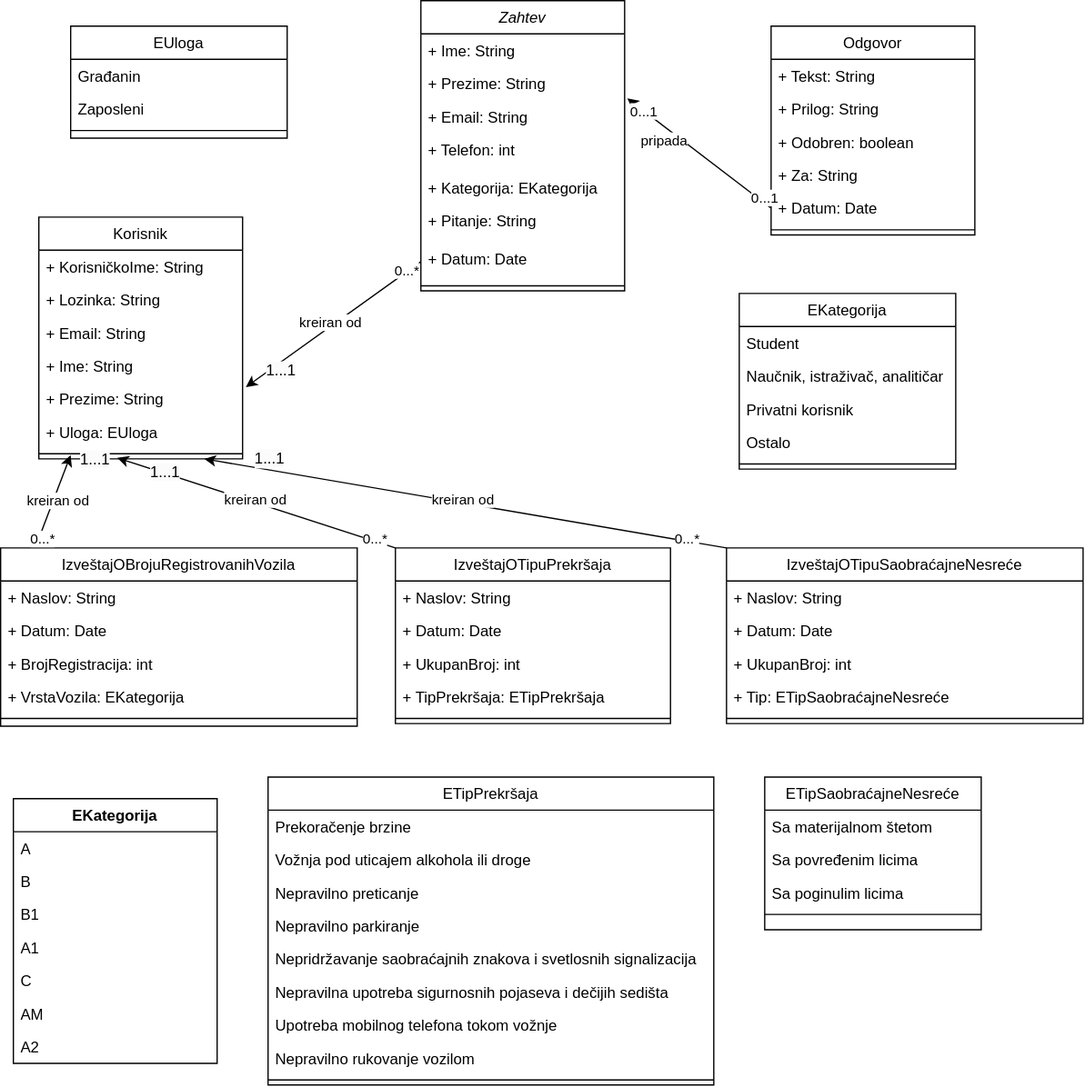
The draw.io diagram Diagrams/ZavodZaStatistiku_ClassDiagram.svg in anna02272/EGovernment, before a commit. Source tidied: cells renumbered, new cells last; positions are measured from the earlier drawing's top-left corner, leaving out a move shared by most shapes.
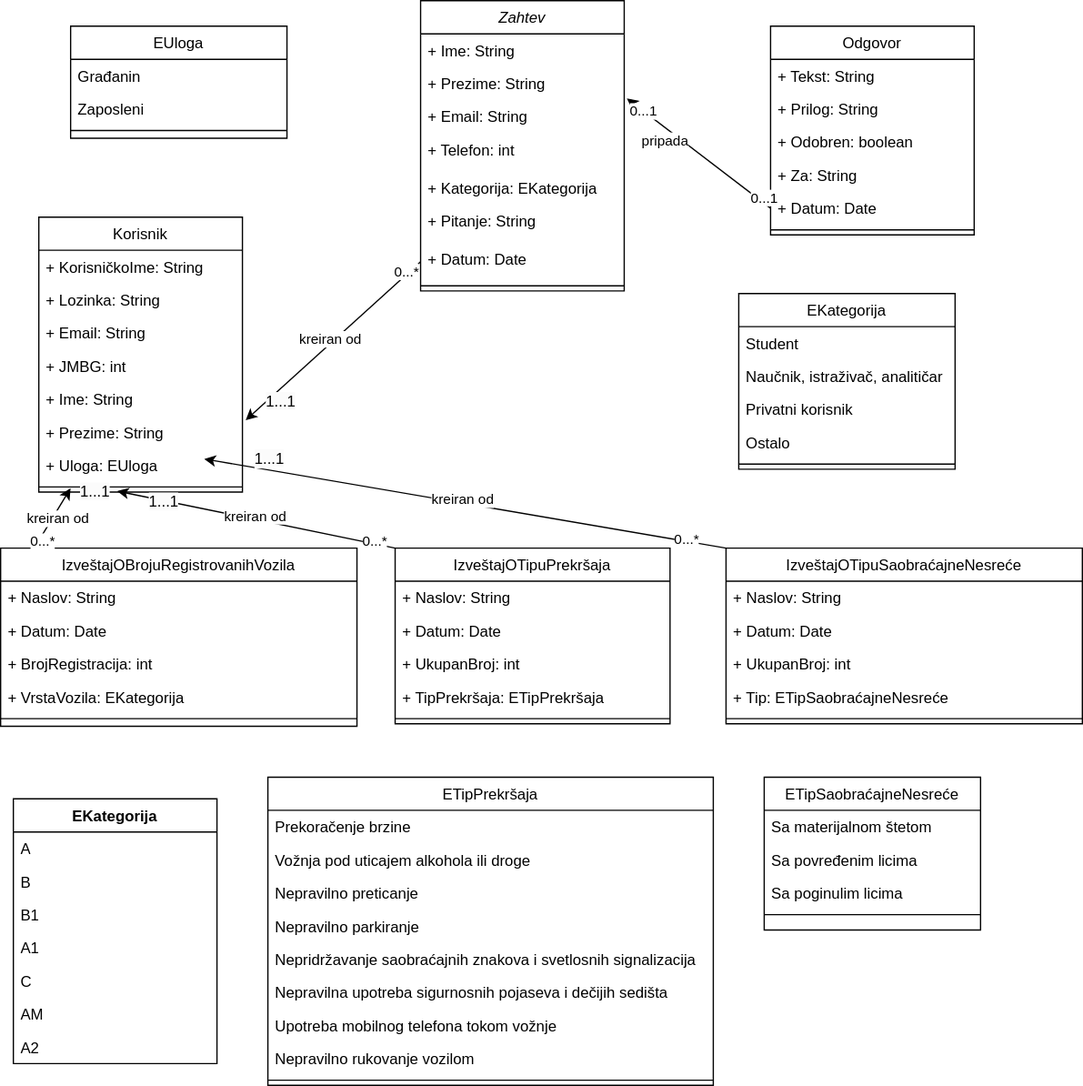
Above is the later version.

Commit message:
Added jmbg to registration

Change to the diagram source:
```diff
@@ -30,7 +30,7 @@
       <mxGeometry y="220" width="160" height="8" as="geometry" />
     </mxCell>
     <mxCell id="11" value="Korisnik" style="swimlane;fontStyle=0;align=center;verticalAlign=top;horizontal=1;startSize=26;rounded=0;shadow=0;strokeWidth=1;" parent="1" vertex="1">
-      <mxGeometry x="30" y="170" width="160" height="190" as="geometry" />
+      <mxGeometry x="30" y="170" width="160" height="216" as="geometry" />
     </mxCell>
     <mxCell id="12" value="+ KorisničkoIme: String" style="text;align=left;verticalAlign=top;spacingLeft=4;spacingRight=4;overflow=hidden;rounded=0;shadow=0;html=0;" parent="11" vertex="1">
       <mxGeometry y="26" width="160" height="26" as="geometry" />
@@ -41,17 +41,20 @@
     <mxCell id="14" value="+ Email: String" style="text;align=left;verticalAlign=top;spacingLeft=4;spacingRight=4;overflow=hidden;rounded=0;shadow=0;html=0;" parent="11" vertex="1">
       <mxGeometry y="78" width="160" height="26" as="geometry" />
     </mxCell>
+    <mxCell id="97" value="+ JMBG: int" style="text;align=left;verticalAlign=top;spacingLeft=4;spacingRight=4;overflow=hidden;rounded=0;shadow=0;html=0;" parent="11" vertex="1">
+      <mxGeometry y="104" width="160" height="26" as="geometry" />
+    </mxCell>
     <mxCell id="15" value="+ Ime: String" style="text;align=left;verticalAlign=top;spacingLeft=4;spacingRight=4;overflow=hidden;rounded=0;shadow=0;html=0;" parent="11" vertex="1">
-      <mxGeometry y="104" width="160" height="26" as="geometry" />
+      <mxGeometry y="130" width="160" height="26" as="geometry" />
     </mxCell>
     <mxCell id="16" value="+ Prezime: String" style="text;align=left;verticalAlign=top;spacingLeft=4;spacingRight=4;overflow=hidden;points=[[0,0.5],[1,0.5]];portConstraint=eastwest;rounded=0;shadow=0;html=0;" parent="11" vertex="1">
-      <mxGeometry y="130" width="160" height="26" as="geometry" />
+      <mxGeometry y="156" width="160" height="26" as="geometry" />
     </mxCell>
     <mxCell id="17" value="+ Uloga: EUloga" style="text;align=left;verticalAlign=top;spacingLeft=4;spacingRight=4;overflow=hidden;rounded=0;shadow=0;html=0;" parent="11" vertex="1">
-      <mxGeometry y="156" width="160" height="26" as="geometry" />
+      <mxGeometry y="182" width="160" height="26" as="geometry" />
     </mxCell>
     <mxCell id="18" style="line;html=1;strokeWidth=1;align=left;verticalAlign=middle;spacingTop=-1;spacingLeft=3;spacingRight=3;labelPosition=right;points=[];portConstraint=eastwest;" parent="11" vertex="1">
-      <mxGeometry y="182" width="160" height="8" as="geometry" />
+      <mxGeometry y="208" width="160" height="8" as="geometry" />
     </mxCell>
     <mxCell id="19" value="EKategorija" style="swimlane;fontStyle=0;align=center;verticalAlign=top;horizontal=1;startSize=26;rounded=0;shadow=0;strokeWidth=1;" parent="1" vertex="1">
       <mxGeometry x="580" y="230" width="170" height="138" as="geometry" />
```
